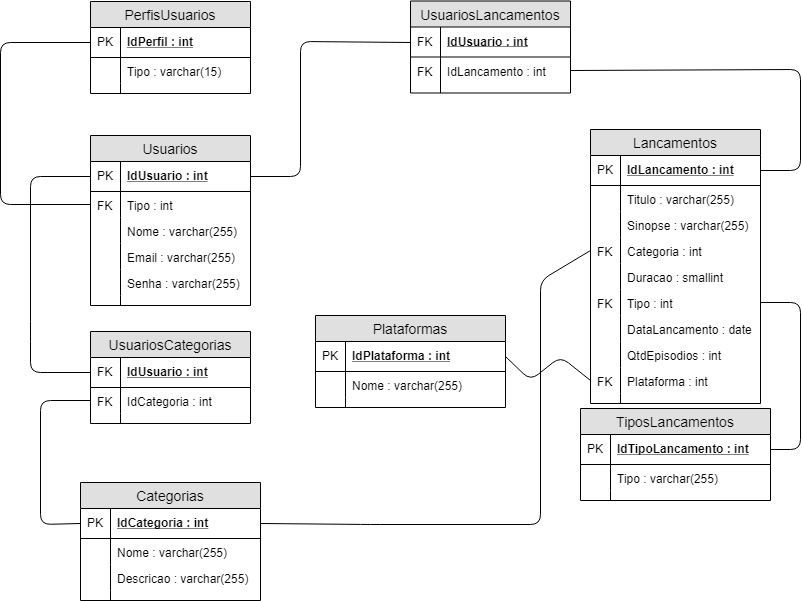
Henrique-Castro/2s2019-sprint-1-bd keeps this draw.io diagram as Opflix/Diagrama_Opflix-Logico.png. Above is the earlier version. Source tidied: cells renumbered, new cells last; positions are measured from the earlier drawing's top-left corner, leaving out a move shared by most shapes.
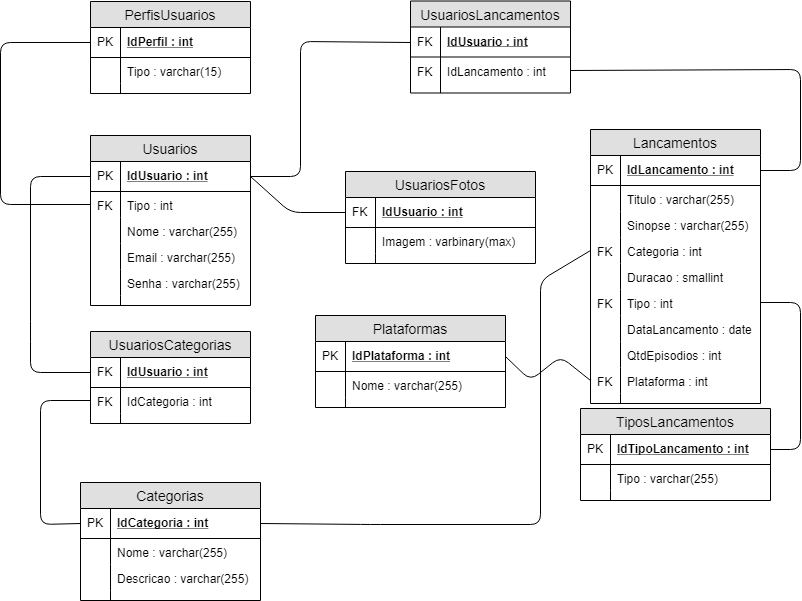
Above is the later version.

Diff of the diagram source:
```diff
@@ -302,5 +302,33 @@
         </Array>
       </mxGeometry>
     </mxCell>
+    <mxCell id="88" value="UsuariosFotos" style="swimlane;fontStyle=0;horizontal=1;startSize=26;fillColor=#e0e0e0;swimlaneFillColor=#ffffff;align=center;fontSize=14;" parent="1" vertex="1">
+      <mxGeometry x="345" y="170" width="190" height="92" as="geometry" />
+    </mxCell>
+    <mxCell id="89" value="IdUsuario : int" style="shape=partialRectangle;top=0;left=0;right=0;bottom=1;align=left;verticalAlign=middle;fillColor=none;spacingLeft=34;spacingRight=4;overflow=hidden;points=[[0,0.5],[1,0.5]];portConstraint=eastwest;fontStyle=5;fontSize=12;" parent="88" vertex="1">
+      <mxGeometry y="26" width="190" height="30" as="geometry" />
+    </mxCell>
+    <mxCell id="90" value="FK" style="shape=partialRectangle;top=0;left=0;bottom=0;fillColor=none;align=left;verticalAlign=middle;spacingLeft=4;spacingRight=4;overflow=hidden;fontSize=12;" parent="89" vertex="1">
+      <mxGeometry width="30" height="30" as="geometry" />
+    </mxCell>
+    <mxCell id="91" value="Imagem : varbinary(max)" style="shape=partialRectangle;top=0;left=0;right=0;bottom=0;align=left;verticalAlign=top;fillColor=none;spacingLeft=34;spacingRight=4;overflow=hidden;fontSize=12;" parent="88" vertex="1">
+      <mxGeometry y="56" width="190" height="26" as="geometry" />
+    </mxCell>
+    <mxCell id="92" style="shape=partialRectangle;top=0;left=0;bottom=0;fillColor=none;align=left;verticalAlign=top;spacingLeft=4;spacingRight=4;overflow=hidden;fontSize=12;" parent="91" vertex="1">
+      <mxGeometry width="30" height="26" as="geometry" />
+    </mxCell>
+    <mxCell id="93" style="shape=partialRectangle;top=0;left=0;right=0;bottom=0;align=left;verticalAlign=top;fillColor=none;spacingLeft=34;spacingRight=4;overflow=hidden;fontSize=12;" parent="88" vertex="1">
+      <mxGeometry y="82" width="190" height="10" as="geometry" />
+    </mxCell>
+    <mxCell id="94" style="shape=partialRectangle;top=0;left=0;bottom=0;fillColor=none;align=left;verticalAlign=top;spacingLeft=4;spacingRight=4;overflow=hidden;fontSize=12;" parent="93" vertex="1">
+      <mxGeometry width="30" height="10" as="geometry" />
+    </mxCell>
+    <mxCell id="95" style="endArrow=none;html=1;entryX=0;entryY=0.5;entryDx=0;entryDy=0;exitX=1;exitY=0.5;exitDx=0;exitDy=0;" parent="1" edge="1" source="10" target="89">
+      <mxGeometry relative="1" as="geometry">
+        <Array as="points">
+          <mxPoint x="290" y="211" />
+        </Array>
+      </mxGeometry>
+    </mxCell>
   </root>
 </mxGraphModel>
```
